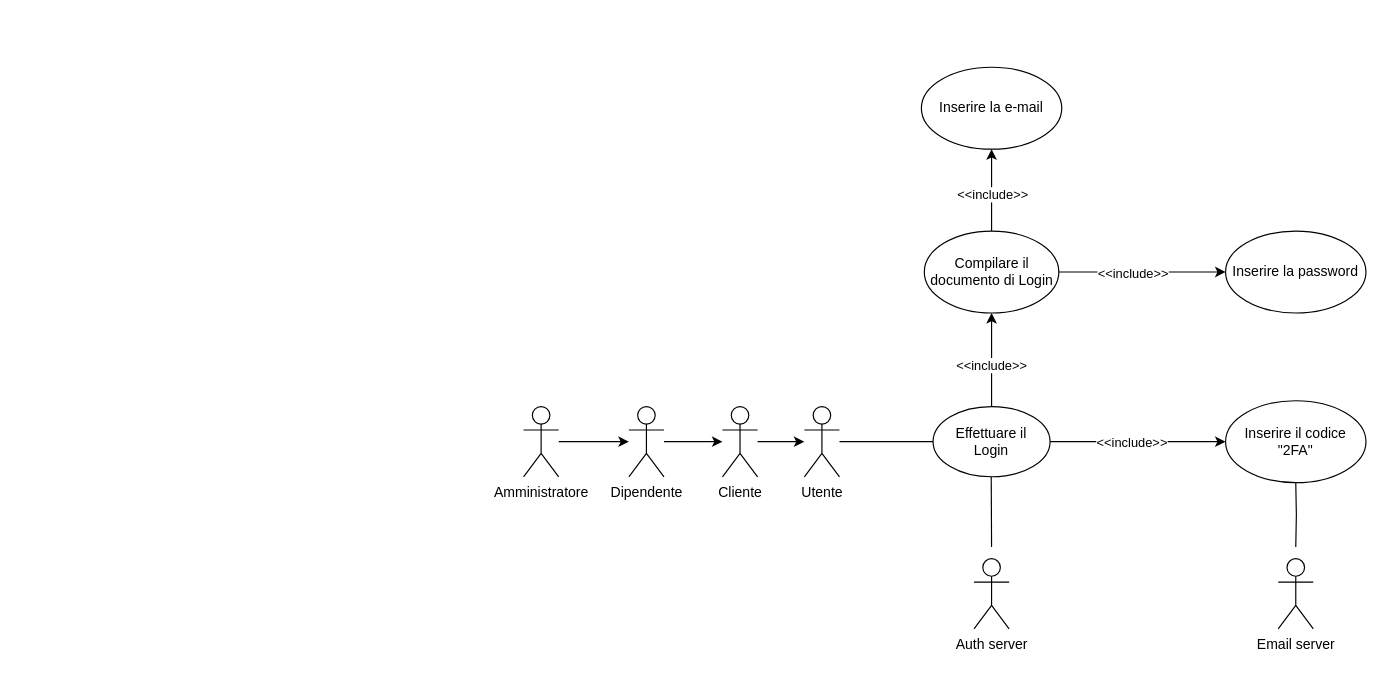
Before: second-deliverable/grafici_XML/Login_UCD.drawio.xml in IS-FixMi/Documentation-Source, a draw.io diagram. Source tidied: cells renumbered, new cells numbered last; positions are measured from the earlier drawing's top-left corner, leaving out a move shared by most shapes. Both pictures are drawn from the tidied source at 117%, with x=0, y=0 at pixel (523, 67).
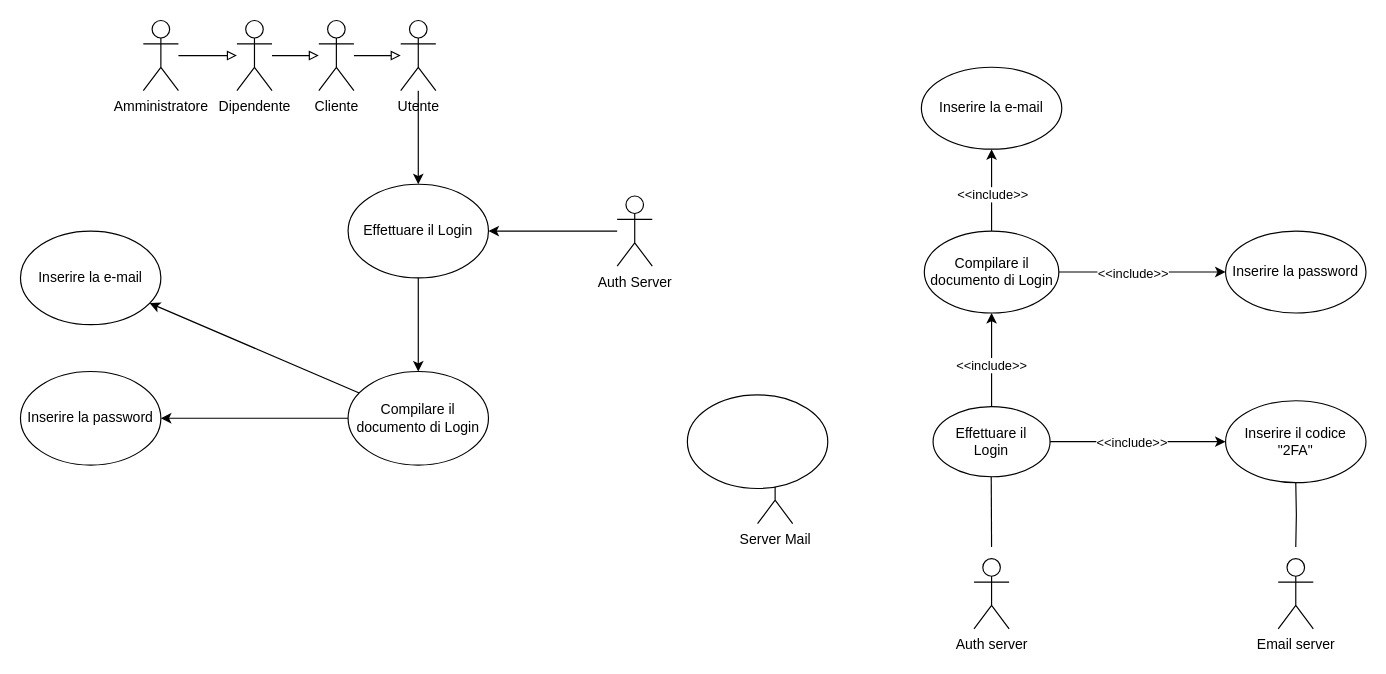
The same page after the edit.

Unchanged cells that the change refers to:
```xml
<mxCell id="8" value="Effettuare il&lt;br&gt;Login" style="ellipse;whiteSpace=wrap;html=1;" parent="1" vertex="1">
  <mxGeometry x="350" y="290" width="100" height="60" as="geometry" />
</mxCell>
```

Change to the diagram source:
```diff
@@
-    <mxCell id="2" style="edgeStyle=orthogonalEdgeStyle;rounded=0;jettySize=auto;html=1;endArrow=none;endFill=0;" parent="1" edge="1" source="3" target="8">
-      <mxGeometry relative="1" as="geometry" />
-    </mxCell>
+    <mxCell id="27" style="edgeStyle=orthogonalEdgeStyle;rounded=0;jettySize=auto;html=1;" parent="1" edge="1" source="3" target="29">
+      <mxGeometry relative="1" as="geometry" />
+    </mxCell>
     <mxCell id="3" value="Utente" style="shape=umlActor;verticalLabelPosition=bottom;verticalAlign=top;html=1;" parent="1" vertex="1">
-      <mxGeometry x="240" y="290" width="30" height="60" as="geometry" />
+      <mxGeometry x="-105" y="-40" width="30" height="60" as="geometry" />
     </mxCell>
@@
-    <mxCell id="21" style="edgeStyle=orthogonalEdgeStyle;rounded=0;jettySize=auto;html=1;" parent="1" edge="1" source="22" target="3">
+    <mxCell id="21" style="edgeStyle=orthogonalEdgeStyle;rounded=0;jettySize=auto;html=1;endArrow=block;endFill=0;" parent="1" edge="1" source="22" target="3">
       <mxGeometry relative="1" as="geometry" />
     </mxCell>
     <mxCell id="22" value="Cliente" style="shape=umlActor;verticalLabelPosition=bottom;verticalAlign=top;html=1;" parent="1" vertex="1">
-      <mxGeometry x="170" y="290" width="30" height="60" as="geometry" />
+      <mxGeometry x="-175" y="-40" width="30" height="60" as="geometry" />
     </mxCell>
-    <mxCell id="23" style="edgeStyle=orthogonalEdgeStyle;rounded=0;jettySize=auto;html=1;" parent="1" edge="1" source="24" target="22">
+    <mxCell id="23" style="edgeStyle=orthogonalEdgeStyle;rounded=0;jettySize=auto;html=1;endArrow=block;endFill=0;" parent="1" edge="1" source="24" target="22">
       <mxGeometry relative="1" as="geometry" />
     </mxCell>
     <mxCell id="24" value="Dipendente" style="shape=umlActor;verticalLabelPosition=bottom;verticalAlign=top;html=1;" parent="1" vertex="1">
-      <mxGeometry x="90" y="290" width="30" height="60" as="geometry" />
+      <mxGeometry x="-245" y="-40" width="30" height="60" as="geometry" />
     </mxCell>
-    <mxCell id="25" style="edgeStyle=orthogonalEdgeStyle;rounded=0;jettySize=auto;html=1;" parent="1" edge="1" source="26" target="24">
+    <mxCell id="25" style="edgeStyle=orthogonalEdgeStyle;rounded=0;jettySize=auto;html=1;endArrow=block;endFill=0;" parent="1" edge="1" source="26" target="24">
       <mxGeometry relative="1" as="geometry" />
     </mxCell>
     <mxCell id="26" value="Amministratore" style="shape=umlActor;verticalLabelPosition=bottom;verticalAlign=top;html=1;" parent="1" vertex="1">
-      <mxGeometry y="290" width="30" height="60" as="geometry" />
+      <mxGeometry x="-325" y="-40" width="30" height="60" as="geometry" />
     </mxCell>
+    <mxCell id="28" style="edgeStyle=orthogonalEdgeStyle;rounded=0;jettySize=auto;html=1;" parent="1" edge="1" source="29" target="35">
+      <mxGeometry relative="1" as="geometry" />
+    </mxCell>
+    <mxCell id="29" value="Effettuare il Login" style="ellipse;whiteSpace=wrap;html=1;" parent="1" vertex="1">
+      <mxGeometry x="-150" y="100" width="120" height="80" as="geometry" />
+    </mxCell>
+    <mxCell id="30" style="edgeStyle=orthogonalEdgeStyle;rounded=0;jettySize=auto;html=1;" parent="1" edge="1" source="31" target="29">
+      <mxGeometry relative="1" as="geometry" />
+    </mxCell>
+    <mxCell id="31" value="Auth Server" style="shape=umlActor;verticalLabelPosition=bottom;verticalAlign=top;html=1;outlineConnect=0;" parent="1" vertex="1">
+      <mxGeometry x="80" y="110" width="30" height="60" as="geometry" />
+    </mxCell>
+    <mxCell id="32" value="Server Mail" style="shape=umlActor;verticalLabelPosition=bottom;verticalAlign=top;html=1;" parent="1" vertex="1">
+      <mxGeometry x="200" y="330" width="30" height="60" as="geometry" />
+    </mxCell>
+    <mxCell id="33" style="rounded=0;jettySize=auto;html=1;" parent="1" edge="1" source="35" target="37">
+      <mxGeometry relative="1" as="geometry" />
+    </mxCell>
+    <mxCell id="34" style="rounded=0;jettySize=auto;html=1;" parent="1" edge="1" source="35" target="36">
+      <mxGeometry relative="1" as="geometry" />
+    </mxCell>
+    <mxCell id="35" value="Compilare il documento di Login" style="ellipse;whiteSpace=wrap;html=1;" parent="1" vertex="1">
+      <mxGeometry x="-150" y="260" width="120" height="80" as="geometry" />
+    </mxCell>
+    <mxCell id="36" value="Inserire la e-mail" style="ellipse;whiteSpace=wrap;html=1;" parent="1" vertex="1">
+      <mxGeometry x="-430" y="140" width="120" height="80" as="geometry" />
+    </mxCell>
+    <mxCell id="37" value="Inserire la password" style="ellipse;whiteSpace=wrap;html=1;" parent="1" vertex="1">
+      <mxGeometry x="-430" y="260" width="120" height="80" as="geometry" />
+    </mxCell>
+    <mxCell id="38" style="ellipse;whiteSpace=wrap;html=1;" parent="1" vertex="1">
+      <mxGeometry x="140" y="280" width="120" height="80" as="geometry" />
+    </mxCell>
```
